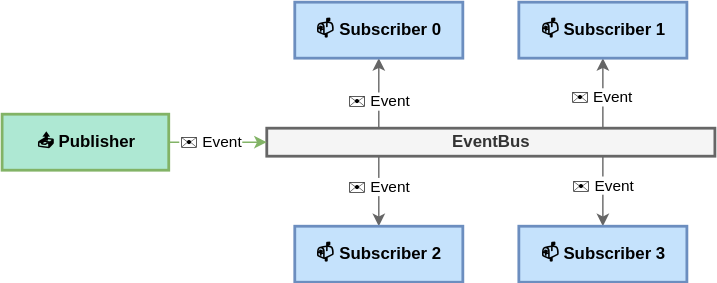
Earlier version of the draw.io export docs/README/structure.drawio.svg (an-dr/pubsub-bus). Source tidied: cells renumbered, new cells last; positions are measured from the earlier drawing's top-left corner, leaving out a move shared by most shapes.
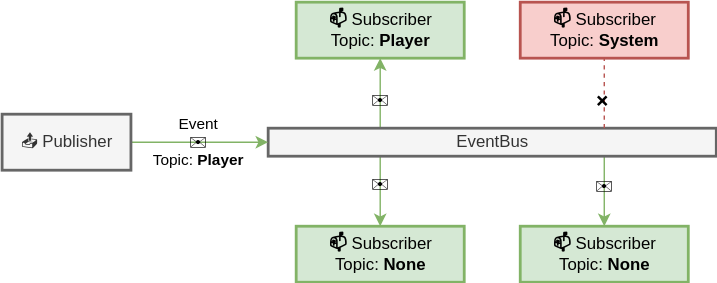
The same diagram one commit later.

Diff of the diagram source:
```diff
@@ -2,7 +2,7 @@
   <root>
     <mxCell id="0" />
     <mxCell id="1" parent="0" />
-    <mxCell id="2" style="edgeStyle=orthogonalEdgeStyle;html=1;fillColor=#f5f5f5;strokeColor=#666666;" parent="1" edge="1" target="15">
+    <mxCell id="2" style="edgeStyle=orthogonalEdgeStyle;html=1;fillColor=#d5e8d4;strokeColor=#82b366;" parent="1" edge="1" target="15">
       <mxGeometry relative="1" as="geometry">
         <mxPoint x="269" y="90" as="sourcePoint" />
         <Array as="points">
@@ -11,22 +11,10 @@
         </Array>
       </mxGeometry>
     </mxCell>
-    <mxCell id="3" value="✉️ Event" style="edgeLabel;html=1;align=center;verticalAlign=middle;" parent="2" vertex="1">
+    <mxCell id="3" value="✉️" style="edgeLabel;html=1;align=center;verticalAlign=middle;labelBackgroundColor=none;" parent="2" vertex="1">
       <mxGeometry x="-0.21" relative="1" as="geometry" />
     </mxCell>
-    <mxCell id="4" style="edgeStyle=orthogonalEdgeStyle;html=1;fillColor=#f5f5f5;strokeColor=#666666;" parent="1" edge="1" target="16">
-      <mxGeometry x="0.01" relative="1" as="geometry">
-        <mxPoint x="429" y="90" as="sourcePoint" />
-        <Array as="points">
-          <mxPoint x="429" y="80" />
-          <mxPoint x="429" y="80" />
-        </Array>
-      </mxGeometry>
-    </mxCell>
-    <mxCell id="5" value="✉️ Event" style="edgeLabel;html=1;align=center;verticalAlign=middle;" parent="4" vertex="1">
-      <mxGeometry x="-0.11" y="1" relative="1" as="geometry" />
-    </mxCell>
-    <mxCell id="6" style="edgeStyle=orthogonalEdgeStyle;html=1;fillColor=#f5f5f5;strokeColor=#666666;" parent="1" edge="1" target="11">
+    <mxCell id="6" style="edgeStyle=orthogonalEdgeStyle;html=1;fillColor=#d5e8d4;strokeColor=#82b366;" parent="1" edge="1" target="11">
       <mxGeometry relative="1" as="geometry">
         <mxPoint x="269" y="110" as="sourcePoint" />
         <Array as="points">
@@ -35,10 +23,12 @@
         </Array>
       </mxGeometry>
     </mxCell>
-    <mxCell id="7" value="✉️ Event" style="edgeLabel;html=1;align=center;verticalAlign=middle;" parent="6" vertex="1">
-      <mxGeometry x="-0.13" relative="1" as="geometry" />
+    <mxCell id="7" value="✉️" style="edgeLabel;html=1;align=center;verticalAlign=middle;labelBackgroundColor=none;" parent="6" vertex="1">
+      <mxGeometry x="-0.13" relative="1" as="geometry">
+        <mxPoint y="-2" as="offset" />
+      </mxGeometry>
     </mxCell>
-    <mxCell id="8" style="edgeStyle=orthogonalEdgeStyle;html=1;fillColor=#f5f5f5;strokeColor=#666666;" parent="1" edge="1" target="14">
+    <mxCell id="8" style="edgeStyle=orthogonalEdgeStyle;html=1;fillColor=#d5e8d4;strokeColor=#82b366;" parent="1" edge="1" target="14">
       <mxGeometry relative="1" as="geometry">
         <mxPoint x="429" y="110" as="sourcePoint" />
         <Array as="points">
@@ -47,31 +37,44 @@
         </Array>
       </mxGeometry>
     </mxCell>
-    <mxCell id="9" value="✉️ Event" style="edgeLabel;html=1;align=center;verticalAlign=middle;" parent="8" vertex="1">
+    <mxCell id="9" value="✉️" style="edgeLabel;html=1;align=center;verticalAlign=middle;labelBackgroundColor=none;" parent="8" vertex="1">
       <mxGeometry x="-0.18" y="-1" relative="1" as="geometry">
         <mxPoint x="1" as="offset" />
       </mxGeometry>
     </mxCell>
-    <mxCell id="10" value="EventBus" style="html=1;fillColor=#f5f5f5;fontColor=#333333;strokeColor=#666666;glass=0;shadow=0;rounded=0;strokeWidth=2;fontStyle=1;" parent="1" vertex="1">
+    <mxCell id="10" value="EventBus" style="html=1;fillColor=#f5f5f5;fontColor=#333333;strokeColor=#666666;glass=0;shadow=0;rounded=0;strokeWidth=2;fontStyle=0;" parent="1" vertex="1">
       <mxGeometry x="189" y="90" width="320" height="20" as="geometry" />
     </mxCell>
-    <mxCell id="11" value="📫 Subscriber 2" style="html=1;arcSize=12;rounded=0;fillColor=#C5E2FC;strokeColor=#6c8ebf;strokeWidth=2;fontStyle=1;" parent="1" vertex="1">
+    <mxCell id="11" value="📫&lt;span style=&quot;font-weight: normal;&quot;&gt; Subscriber&lt;/span&gt;&lt;br&gt;&lt;span style=&quot;font-weight: normal;&quot;&gt;Topic: &lt;/span&gt;None" style="html=1;arcSize=12;rounded=0;fillColor=#d5e8d4;strokeColor=#82b366;strokeWidth=2;fontStyle=1;" parent="1" vertex="1">
       <mxGeometry x="209" y="160" width="120" height="40" as="geometry" />
     </mxCell>
-    <mxCell id="12" value="✉️ Event" style="edgeStyle=none;html=1;entryX=0;entryY=0.5;entryDx=0;entryDy=0;fillColor=#d5e8d4;strokeColor=#82b366;" parent="1" edge="1" source="13" target="10">
-      <mxGeometry x="-0.14" relative="1" as="geometry" />
+    <mxCell id="12" value="&lt;font style=&quot;font-size: 11px;&quot;&gt;Event&lt;br&gt;✉️&lt;br style=&quot;border-color: var(--border-color);&quot;&gt;Topic: &lt;b&gt;Player&lt;/b&gt;&lt;/font&gt;" style="edgeStyle=none;html=1;entryX=0;entryY=0.5;entryDx=0;entryDy=0;fillColor=#d5e8d4;strokeColor=#82b366;labelBackgroundColor=none;" parent="1" edge="1" source="13" target="10">
+      <mxGeometry x="-0.02" relative="1" as="geometry" />
     </mxCell>
-    <mxCell id="13" value="📤 Publisher" style="html=1;arcSize=12;rounded=0;fillColor=#AEE8D3;strokeColor=#82b366;strokeWidth=2;fontStyle=1;" parent="1" vertex="1">
-      <mxGeometry y="80" width="119" height="40" as="geometry" />
+    <mxCell id="13" value="📤 Publisher" style="html=1;arcSize=12;rounded=0;fillColor=#f5f5f5;strokeColor=#666666;strokeWidth=2;fontStyle=0;fontColor=#333333;" parent="1" vertex="1">
+      <mxGeometry x="-1" y="80" width="92" height="40" as="geometry" />
     </mxCell>
-    <mxCell id="14" value="📫 Subscriber 3" style="html=1;arcSize=12;rounded=0;fillColor=#C5E2FC;strokeColor=#6c8ebf;strokeWidth=2;fontStyle=1;" parent="1" vertex="1">
+    <mxCell id="14" value="📫&lt;span style=&quot;font-weight: normal;&quot;&gt; Subscriber&lt;/span&gt;&lt;br style=&quot;border-color: var(--border-color);&quot;&gt;&lt;span style=&quot;font-weight: normal;&quot;&gt;Topic: &lt;/span&gt;None" style="html=1;arcSize=12;rounded=0;fillColor=#d5e8d4;strokeColor=#82b366;strokeWidth=2;fontStyle=1;" parent="1" vertex="1">
       <mxGeometry x="369" y="160" width="120" height="40" as="geometry" />
     </mxCell>
-    <mxCell id="15" value="📫 Subscriber 0" style="html=1;arcSize=12;rounded=0;fillColor=#C5E2FC;strokeColor=#6c8ebf;strokeWidth=2;fontStyle=1;" parent="1" vertex="1">
+    <mxCell id="15" value="📫&lt;span style=&quot;font-weight: normal;&quot;&gt; Subscriber&lt;/span&gt;&lt;br&gt;&lt;span style=&quot;font-weight: normal;&quot;&gt;Topic: &lt;/span&gt;Player" style="html=1;arcSize=12;rounded=0;fillColor=#d5e8d4;strokeColor=#82b366;strokeWidth=2;fontStyle=1;" parent="1" vertex="1">
       <mxGeometry x="209" width="120" height="40" as="geometry" />
     </mxCell>
-    <mxCell id="16" value="📫 Subscriber 1" style="html=1;arcSize=12;rounded=0;fillColor=#C5E2FC;strokeColor=#6c8ebf;strokeWidth=2;fontStyle=1;" parent="1" vertex="1">
+    <mxCell id="16" value="📫&lt;span style=&quot;font-weight: normal;&quot;&gt; Subscriber&lt;/span&gt;&lt;br&gt;&lt;span style=&quot;font-weight: normal;&quot;&gt;Topic: &lt;/span&gt;System" style="html=1;arcSize=12;rounded=0;fillColor=#f8cecc;strokeColor=#b85450;strokeWidth=2;fontStyle=1;" parent="1" vertex="1">
       <mxGeometry x="369" width="120" height="40" as="geometry" />
     </mxCell>
+    <mxCell id="5" style="edgeStyle=orthogonalEdgeStyle;html=1;fillColor=#f8cecc;strokeColor=#b85450;exitX=0.75;exitY=0;exitDx=0;exitDy=0;endArrow=none;endFill=0;dashed=1;" parent="1" edge="1" source="10" target="16">
+      <mxGeometry relative="1" as="geometry">
+        <Array as="points">
+          <mxPoint x="429" y="66" />
+          <mxPoint x="429" y="66" />
+        </Array>
+      </mxGeometry>
+    </mxCell>
+    <mxCell id="17" value="❌" style="edgeLabel;html=1;align=center;verticalAlign=middle;rotation=90;labelBackgroundColor=none;" parent="5" vertex="1">
+      <mxGeometry x="-0.18" y="-1" relative="1" as="geometry">
+        <mxPoint x="-1" as="offset" />
+      </mxGeometry>
+    </mxCell>
   </root>
 </mxGraphModel>
```
